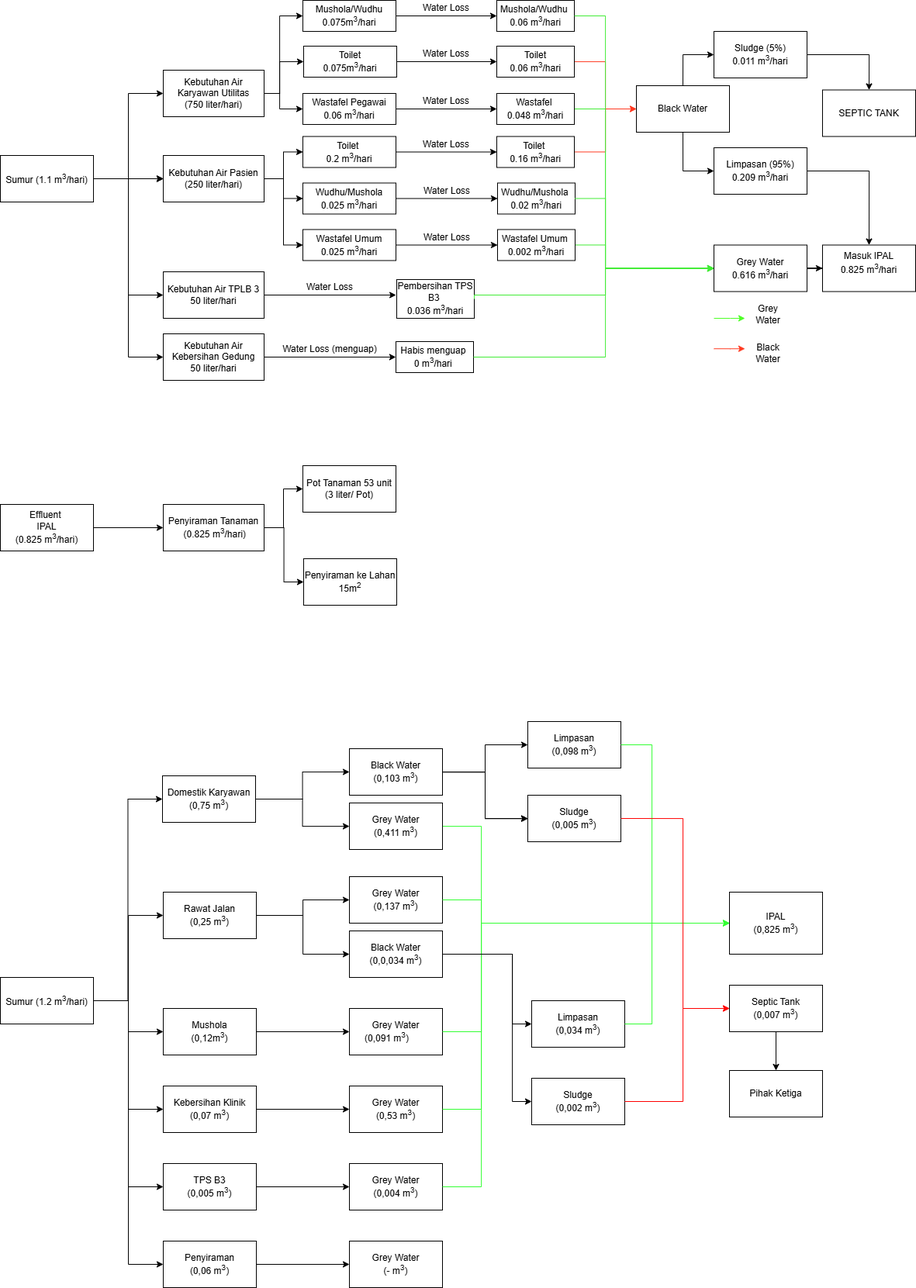
This is Neraca Air Klinik Surya Medika.drawio.png from famowoiii/envimos_sensot, a draw.io export, as it was before one commit. Source tidied: cells renumbered, new cells last; positions are measured from the earlier drawing's top-left corner, leaving out a move shared by most shapes.
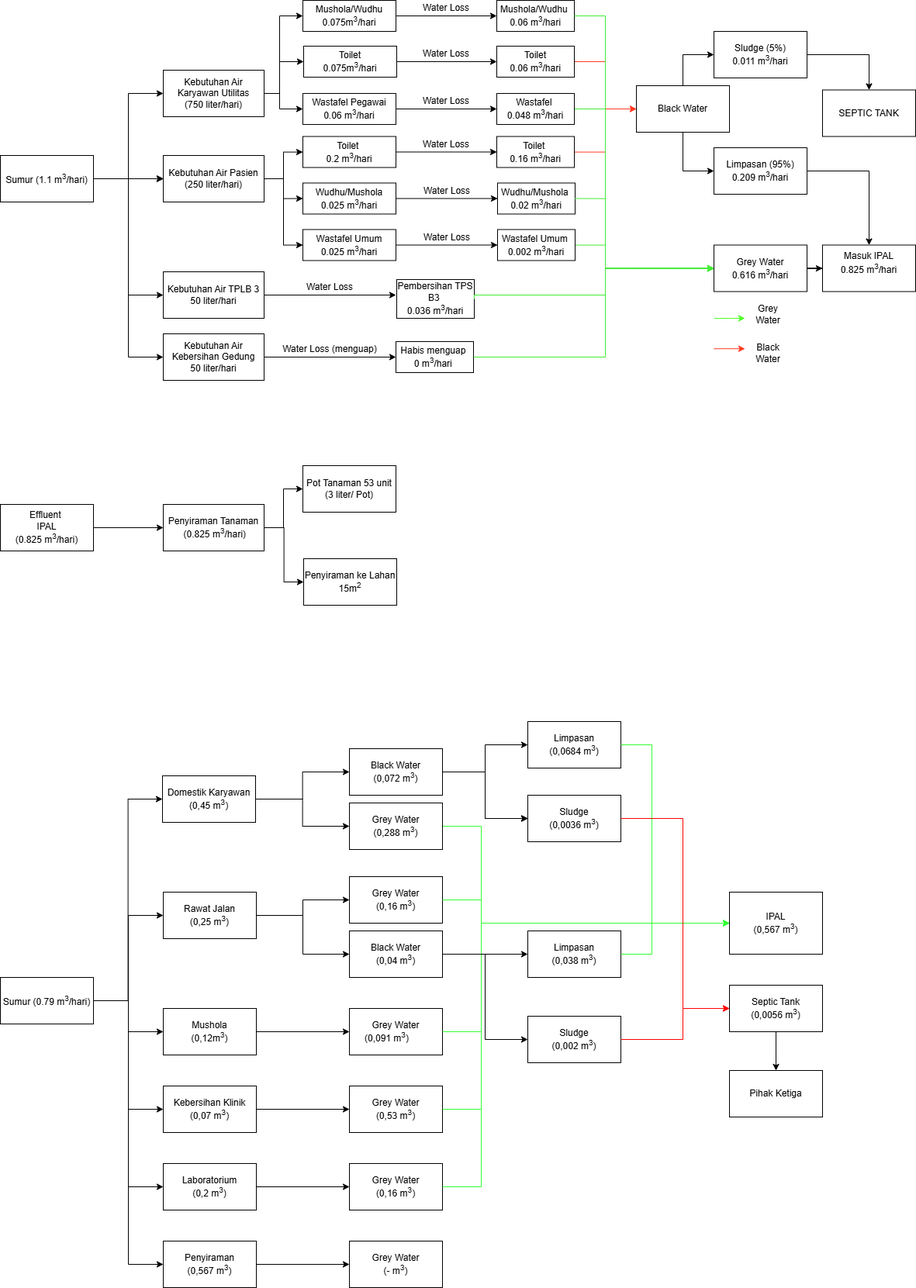
After the commit.

What changed in the source:
```diff
@@ -313,7 +313,7 @@
     <mxCell id="83" style="edgeStyle=orthogonalEdgeStyle;rounded=0;jettySize=auto;html=1;" parent="1" edge="1" source="84" target="94">
       <mxGeometry relative="1" as="geometry" />
     </mxCell>
-    <mxCell id="84" value="Sumur (1.2 m&lt;sup&gt;3&lt;/sup&gt;/hari)" style="rounded=0;whiteSpace=wrap;html=1;fontFamily=Arial;labelBorderColor=none;labelBackgroundColor=none;" parent="1" vertex="1">
+    <mxCell id="84" value="Sumur (0.79 m&lt;sup&gt;3&lt;/sup&gt;/hari)" style="rounded=0;whiteSpace=wrap;html=1;fontFamily=Arial;labelBorderColor=none;labelBackgroundColor=none;" parent="1" vertex="1">
       <mxGeometry y="1260" width="120" height="60" as="geometry" />
     </mxCell>
     <mxCell id="85" style="edgeStyle=orthogonalEdgeStyle;rounded=0;jettySize=auto;html=1;entryX=0;entryY=0.5;entryDx=0;entryDy=0;" parent="1" edge="1" source="87" target="101">
@@ -322,7 +322,7 @@
     <mxCell id="86" style="edgeStyle=orthogonalEdgeStyle;rounded=0;jettySize=auto;html=1;" parent="1" edge="1" source="87" target="103">
       <mxGeometry relative="1" as="geometry" />
     </mxCell>
-    <mxCell id="87" value="Domestik Karyawan&lt;div&gt;(0,75 m&lt;sup&gt;3&lt;/sup&gt;)&lt;/div&gt;" style="whiteSpace=wrap;html=1;fontFamily=Arial;rounded=0;labelBorderColor=none;labelBackgroundColor=none;" parent="1" vertex="1">
+    <mxCell id="87" value="Domestik Karyawan&lt;div&gt;(0,45 m&lt;sup&gt;3&lt;/sup&gt;)&lt;/div&gt;" style="whiteSpace=wrap;html=1;fontFamily=Arial;rounded=0;labelBorderColor=none;labelBackgroundColor=none;" parent="1" vertex="1">
       <mxGeometry x="209" y="1000" width="120" height="60" as="geometry" />
     </mxCell>
     <mxCell id="88" style="edgeStyle=orthogonalEdgeStyle;rounded=0;jettySize=auto;html=1;" parent="1" edge="1" source="90" target="104">
@@ -349,7 +349,7 @@
     <mxCell id="95" style="edgeStyle=orthogonalEdgeStyle;rounded=0;jettySize=auto;html=1;entryX=0;entryY=0.5;entryDx=0;entryDy=0;" parent="1" edge="1" source="96" target="108">
       <mxGeometry relative="1" as="geometry" />
     </mxCell>
-    <mxCell id="96" value="TPS B3&lt;div&gt;(0,005 m&lt;sup&gt;3&lt;/sup&gt;)&lt;/div&gt;" style="whiteSpace=wrap;html=1;fontFamily=Arial;rounded=0;labelBorderColor=none;labelBackgroundColor=none;" parent="1" vertex="1">
+    <mxCell id="96" value="Laboratorium&lt;div&gt;(0,2 m&lt;sup&gt;3&lt;/sup&gt;)&lt;/div&gt;" style="whiteSpace=wrap;html=1;fontFamily=Arial;rounded=0;labelBorderColor=none;labelBackgroundColor=none;" parent="1" vertex="1">
       <mxGeometry x="210" y="1500" width="120" height="60" as="geometry" />
     </mxCell>
     <mxCell id="97" style="edgeStyle=orthogonalEdgeStyle;rounded=0;jettySize=auto;html=1;entryX=0;entryY=0.5;entryDx=0;entryDy=0;exitX=1;exitY=0.5;exitDx=0;exitDy=0;" parent="1" edge="1" source="84" target="96">
@@ -364,7 +364,7 @@
     <mxCell id="100" style="edgeStyle=orthogonalEdgeStyle;rounded=0;jettySize=auto;html=1;" parent="1" edge="1" source="101" target="118">
       <mxGeometry relative="1" as="geometry" />
     </mxCell>
-    <mxCell id="101" value="Black Water&lt;div&gt;(0,103 m&lt;sup&gt;3&lt;/sup&gt;)&lt;/div&gt;" style="whiteSpace=wrap;html=1;fontFamily=Arial;rounded=0;labelBorderColor=none;labelBackgroundColor=none;" parent="1" vertex="1">
+    <mxCell id="101" value="Black Water&lt;div&gt;(0,072 m&lt;sup&gt;3&lt;/sup&gt;)&lt;/div&gt;" style="whiteSpace=wrap;html=1;fontFamily=Arial;rounded=0;labelBorderColor=none;labelBackgroundColor=none;" parent="1" vertex="1">
       <mxGeometry x="450" y="965" width="120" height="60" as="geometry" />
     </mxCell>
     <mxCell id="102" style="edgeStyle=orthogonalEdgeStyle;rounded=0;jettySize=auto;html=1;entryX=0;entryY=0.5;entryDx=0;entryDy=0;strokeColor=#33FF33;" parent="1" edge="1" source="103" target="113">
@@ -375,13 +375,13 @@
         </Array>
       </mxGeometry>
     </mxCell>
-    <mxCell id="103" value="Grey Water&lt;div&gt;(0,411 m&lt;sup&gt;3&lt;/sup&gt;)&lt;/div&gt;" style="whiteSpace=wrap;html=1;fontFamily=Arial;rounded=0;labelBorderColor=none;labelBackgroundColor=none;" parent="1" vertex="1">
+    <mxCell id="103" value="Grey Water&lt;div&gt;(0,288 m&lt;sup&gt;3&lt;/sup&gt;)&lt;/div&gt;" style="whiteSpace=wrap;html=1;fontFamily=Arial;rounded=0;labelBorderColor=none;labelBackgroundColor=none;" parent="1" vertex="1">
       <mxGeometry x="450" y="1035" width="120" height="60" as="geometry" />
     </mxCell>
-    <mxCell id="104" value="Grey Water&lt;div&gt;(0,137 m&lt;sup&gt;3&lt;/sup&gt;)&lt;/div&gt;" style="whiteSpace=wrap;html=1;fontFamily=Arial;rounded=0;labelBorderColor=none;labelBackgroundColor=none;" parent="1" vertex="1">
+    <mxCell id="104" value="Grey Water&lt;div&gt;(0,16 m&lt;sup&gt;3&lt;/sup&gt;)&lt;/div&gt;" style="whiteSpace=wrap;html=1;fontFamily=Arial;rounded=0;labelBorderColor=none;labelBackgroundColor=none;" parent="1" vertex="1">
       <mxGeometry x="450" y="1130" width="120" height="60" as="geometry" />
     </mxCell>
-    <mxCell id="105" value="Black Water&lt;div&gt;(0,0,034 m&lt;sup&gt;3&lt;/sup&gt;)&lt;/div&gt;" style="whiteSpace=wrap;html=1;fontFamily=Arial;rounded=0;labelBorderColor=none;labelBackgroundColor=none;" parent="1" vertex="1">
+    <mxCell id="105" value="Black Water&lt;div&gt;(0,04 m&lt;sup&gt;3&lt;/sup&gt;)&lt;/div&gt;" style="whiteSpace=wrap;html=1;fontFamily=Arial;rounded=0;labelBorderColor=none;labelBackgroundColor=none;" parent="1" vertex="1">
       <mxGeometry x="450" y="1200" width="120" height="60" as="geometry" />
     </mxCell>
     <mxCell id="106" value="Grey Water&lt;div&gt;(0,091 m&lt;sup&gt;3&lt;/sup&gt;)&lt;span style=&quot;white-space: pre;&quot;&gt;&#9;&lt;/span&gt;&lt;/div&gt;" style="whiteSpace=wrap;html=1;fontFamily=Arial;rounded=0;labelBorderColor=none;labelBackgroundColor=none;" parent="1" vertex="1">
@@ -390,13 +390,13 @@
     <mxCell id="107" value="Grey Water&lt;div&gt;(0,53 m&lt;sup&gt;3&lt;/sup&gt;)&lt;/div&gt;" style="whiteSpace=wrap;html=1;fontFamily=Arial;rounded=0;labelBorderColor=none;labelBackgroundColor=none;" parent="1" vertex="1">
       <mxGeometry x="450" y="1400" width="120" height="60" as="geometry" />
     </mxCell>
-    <mxCell id="108" value="Grey Water&lt;div&gt;(0,004 m&lt;sup&gt;3&lt;/sup&gt;)&lt;/div&gt;" style="whiteSpace=wrap;html=1;fontFamily=Arial;rounded=0;labelBorderColor=none;labelBackgroundColor=none;" parent="1" vertex="1">
+    <mxCell id="108" value="Grey Water&lt;div&gt;(0,16 m&lt;sup&gt;3&lt;/sup&gt;)&lt;/div&gt;" style="whiteSpace=wrap;html=1;fontFamily=Arial;rounded=0;labelBorderColor=none;labelBackgroundColor=none;" parent="1" vertex="1">
       <mxGeometry x="450" y="1500" width="120" height="60" as="geometry" />
     </mxCell>
     <mxCell id="109" style="edgeStyle=orthogonalEdgeStyle;rounded=0;jettySize=auto;html=1;" parent="1" edge="1" source="110" target="112">
       <mxGeometry relative="1" as="geometry" />
     </mxCell>
-    <mxCell id="110" value="Penyiraman&lt;div&gt;(0,06 m&lt;sup&gt;3&lt;/sup&gt;)&lt;/div&gt;" style="whiteSpace=wrap;html=1;fontFamily=Arial;rounded=0;labelBorderColor=none;labelBackgroundColor=none;" parent="1" vertex="1">
+    <mxCell id="110" value="Penyiraman&lt;div&gt;(0,567 m&lt;sup&gt;3&lt;/sup&gt;)&lt;/div&gt;" style="whiteSpace=wrap;html=1;fontFamily=Arial;rounded=0;labelBorderColor=none;labelBackgroundColor=none;" parent="1" vertex="1">
       <mxGeometry x="210" y="1600" width="120" height="60" as="geometry" />
     </mxCell>
     <mxCell id="111" style="edgeStyle=orthogonalEdgeStyle;rounded=0;jettySize=auto;html=1;entryX=0;entryY=0.5;entryDx=0;entryDy=0;exitX=1;exitY=0.5;exitDx=0;exitDy=0;" parent="1" edge="1" source="84" target="110">
@@ -405,7 +405,7 @@
     <mxCell id="112" value="Grey Water&lt;div&gt;(- m&lt;sup&gt;3&lt;/sup&gt;)&lt;/div&gt;" style="whiteSpace=wrap;html=1;fontFamily=Arial;rounded=0;labelBorderColor=none;labelBackgroundColor=none;" parent="1" vertex="1">
       <mxGeometry x="450" y="1600" width="120" height="60" as="geometry" />
     </mxCell>
-    <mxCell id="113" value="IPAL&lt;div&gt;(0,825 m&lt;sup&gt;3&lt;/sup&gt;)&lt;/div&gt;" style="whiteSpace=wrap;html=1;fontFamily=Arial;rounded=0;labelBorderColor=none;labelBackgroundColor=none;" parent="1" vertex="1">
+    <mxCell id="113" value="IPAL&lt;div&gt;(0,567 m&lt;sup&gt;3&lt;/sup&gt;)&lt;/div&gt;" style="whiteSpace=wrap;html=1;fontFamily=Arial;rounded=0;labelBorderColor=none;labelBackgroundColor=none;" parent="1" vertex="1">
       <mxGeometry x="940" y="1150" width="120" height="80" as="geometry" />
     </mxCell>
     <mxCell id="114" style="edgeStyle=orthogonalEdgeStyle;rounded=0;jettySize=auto;html=1;entryX=0;entryY=0.5;entryDx=0;entryDy=0;exitX=1;exitY=0.5;exitDx=0;exitDy=0;strokeColor=#33FF33;" parent="1" edge="1" source="104" target="113">
@@ -440,41 +440,31 @@
         </Array>
       </mxGeometry>
     </mxCell>
-    <mxCell id="118" value="Sludge&lt;div&gt;(0,005 m&lt;sup&gt;3&lt;/sup&gt;)&lt;/div&gt;" style="whiteSpace=wrap;html=1;fontFamily=Arial;rounded=0;labelBorderColor=none;labelBackgroundColor=none;" parent="1" vertex="1">
+    <mxCell id="118" value="Sludge&lt;div&gt;(0,0036 m&lt;sup&gt;3&lt;/sup&gt;)&lt;/div&gt;" style="whiteSpace=wrap;html=1;fontFamily=Arial;rounded=0;labelBorderColor=none;labelBackgroundColor=none;" parent="1" vertex="1">
       <mxGeometry x="680" y="1025" width="120" height="60" as="geometry" />
     </mxCell>
-    <mxCell id="119" value="Limpasan&lt;div&gt;(0,098 m&lt;sup&gt;3&lt;/sup&gt;)&lt;/div&gt;" style="whiteSpace=wrap;html=1;fontFamily=Arial;rounded=0;labelBorderColor=none;labelBackgroundColor=none;" parent="1" vertex="1">
+    <mxCell id="119" value="Limpasan&lt;div&gt;(0,0684 m&lt;sup&gt;3&lt;/sup&gt;)&lt;/div&gt;" style="whiteSpace=wrap;html=1;fontFamily=Arial;rounded=0;labelBorderColor=none;labelBackgroundColor=none;" parent="1" vertex="1">
       <mxGeometry x="680" y="930" width="120" height="60" as="geometry" />
     </mxCell>
     <mxCell id="120" style="edgeStyle=orthogonalEdgeStyle;rounded=0;jettySize=auto;html=1;exitX=1;exitY=0.5;exitDx=0;exitDy=0;entryX=0;entryY=0.5;entryDx=0;entryDy=0;" parent="1" edge="1" source="101" target="119">
       <mxGeometry relative="1" as="geometry" />
     </mxCell>
-    <mxCell id="121" value="Limpasan&lt;div&gt;(0,034 m&lt;sup&gt;3&lt;/sup&gt;)&lt;/div&gt;" style="whiteSpace=wrap;html=1;fontFamily=Arial;rounded=0;labelBorderColor=none;labelBackgroundColor=none;" parent="1" vertex="1">
-      <mxGeometry x="685" y="1290" width="120" height="60" as="geometry" />
+    <mxCell id="121" value="Limpasan&lt;div&gt;(0,038 m&lt;sup&gt;3&lt;/sup&gt;)&lt;/div&gt;" style="whiteSpace=wrap;html=1;fontFamily=Arial;rounded=0;labelBorderColor=none;labelBackgroundColor=none;" parent="1" vertex="1">
+      <mxGeometry x="680" y="1200" width="120" height="60" as="geometry" />
     </mxCell>
     <mxCell id="122" style="edgeStyle=orthogonalEdgeStyle;rounded=0;jettySize=auto;html=1;entryX=0;entryY=0.5;entryDx=0;entryDy=0;exitX=1;exitY=0.5;exitDx=0;exitDy=0;" parent="1" edge="1" source="105" target="121">
-      <mxGeometry relative="1" as="geometry">
-        <Array as="points">
-          <mxPoint x="660" y="1230" />
-          <mxPoint x="660" y="1320" />
-        </Array>
-      </mxGeometry>
+      <mxGeometry relative="1" as="geometry" />
     </mxCell>
     <mxCell id="123" value="Sludge&lt;div&gt;(0,002 m&lt;sup&gt;3&lt;/sup&gt;)&lt;/div&gt;" style="whiteSpace=wrap;html=1;fontFamily=Arial;rounded=0;labelBorderColor=none;labelBackgroundColor=none;" parent="1" vertex="1">
-      <mxGeometry x="685" y="1390" width="120" height="60" as="geometry" />
+      <mxGeometry x="680" y="1310" width="120" height="60" as="geometry" />
     </mxCell>
     <mxCell id="124" style="edgeStyle=orthogonalEdgeStyle;rounded=0;jettySize=auto;html=1;entryX=0;entryY=0.5;entryDx=0;entryDy=0;exitX=1;exitY=0.5;exitDx=0;exitDy=0;" parent="1" edge="1" source="105" target="123">
-      <mxGeometry relative="1" as="geometry">
-        <Array as="points">
-          <mxPoint x="660" y="1230" />
-          <mxPoint x="660" y="1420" />
-        </Array>
-      </mxGeometry>
+      <mxGeometry relative="1" as="geometry" />
     </mxCell>
     <mxCell id="125" style="edgeStyle=orthogonalEdgeStyle;rounded=0;jettySize=auto;html=1;entryX=0;entryY=0.5;entryDx=0;entryDy=0;exitX=1;exitY=0.5;exitDx=0;exitDy=0;strokeColor=#33FF33;" parent="1" edge="1" source="121" target="113">
       <mxGeometry relative="1" as="geometry">
         <Array as="points">
-          <mxPoint x="840" y="1320" />
+          <mxPoint x="840" y="1230" />
           <mxPoint x="840" y="1190" />
         </Array>
       </mxGeometry>
@@ -490,13 +480,13 @@
     <mxCell id="127" style="edgeStyle=orthogonalEdgeStyle;rounded=0;jettySize=auto;html=1;" parent="1" edge="1" source="128" target="131">
       <mxGeometry relative="1" as="geometry" />
     </mxCell>
-    <mxCell id="128" value="Septic Tank&lt;div&gt;(0,007 m&lt;sup&gt;3&lt;/sup&gt;)&lt;/div&gt;" style="whiteSpace=wrap;html=1;fontFamily=Arial;rounded=0;labelBorderColor=none;labelBackgroundColor=none;" parent="1" vertex="1">
+    <mxCell id="128" value="Septic Tank&lt;div&gt;(0,0056 m&lt;sup&gt;3&lt;/sup&gt;)&lt;/div&gt;" style="whiteSpace=wrap;html=1;fontFamily=Arial;rounded=0;labelBorderColor=none;labelBackgroundColor=none;" parent="1" vertex="1">
       <mxGeometry x="940" y="1270" width="120" height="60" as="geometry" />
     </mxCell>
     <mxCell id="129" style="edgeStyle=orthogonalEdgeStyle;rounded=0;jettySize=auto;html=1;entryX=0;entryY=0.5;entryDx=0;entryDy=0;exitX=1;exitY=0.5;exitDx=0;exitDy=0;strokeColor=#FF0000;" parent="1" edge="1" source="123" target="128">
       <mxGeometry relative="1" as="geometry">
         <Array as="points">
-          <mxPoint x="880" y="1420" />
+          <mxPoint x="880" y="1340" />
           <mxPoint x="880" y="1300" />
         </Array>
       </mxGeometry>
```
